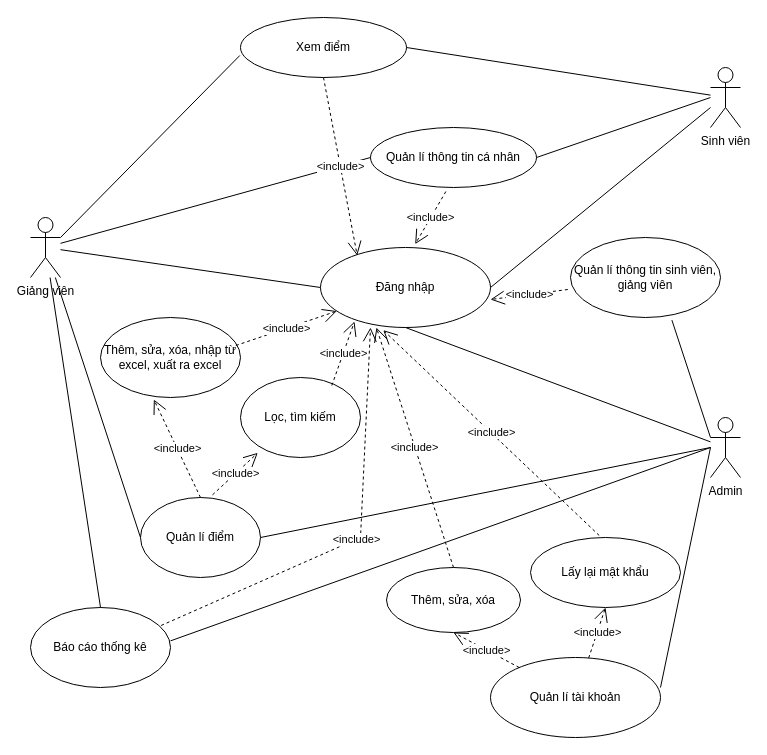
Above: BaoCao/doc/use-case.drawio in TienCauGiay/do-an-tot-nghiep (draw.io), before the change. Source tidied: cells renumbered, new cells numbered last; positions are measured from the earlier drawing's top-left corner, leaving out a move shared by most shapes. Both pictures are drawn from the tidied source at 100%, with x=0, y=0 at pixel (30, 17).
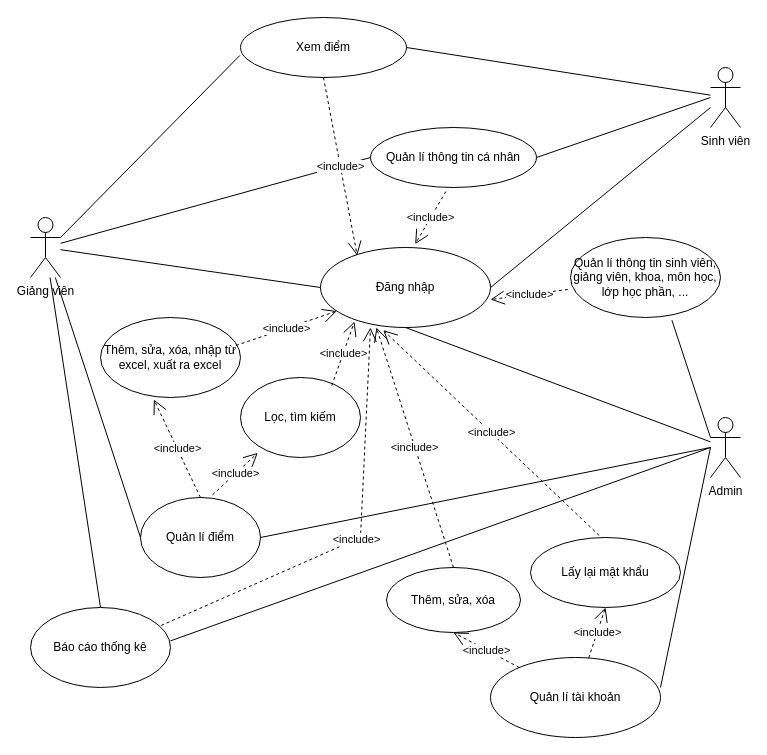
After the change.

What changed in the source:
```diff
@@
-    <mxCell id="34" value="Quản lí thông tin&lt;span style=&quot;background-color: initial;&quot;&gt;&amp;nbsp;sinh viên, giảng viên&lt;/span&gt;" style="ellipse;whiteSpace=wrap;html=1;" parent="1" vertex="1">
+    <mxCell id="34" value="Quản lí thông tin&lt;span style=&quot;background-color: initial;&quot;&gt;&amp;nbsp;sinh viên, giảng viên, khoa, môn học, lớp học phần, ...&lt;/span&gt;" style="ellipse;whiteSpace=wrap;html=1;" parent="1" vertex="1">
       <mxGeometry x="540" y="220" width="150" height="80" as="geometry" />
     </mxCell>
```
